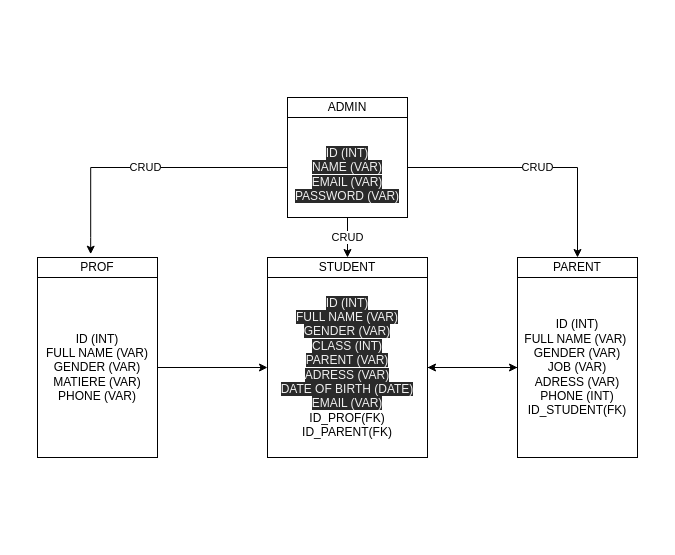
This is app/res/diagram.drawio from Ziadov37/gestion-de-class, a draw.io file, before an edit. Source tidied: cells renumbered, new cells numbered last; positions are measured from the earlier drawing's top-left corner, leaving out a move shared by most shapes. Both pictures are drawn from the tidied source at 100%, with x=0, y=0 at pixel (37, 97).
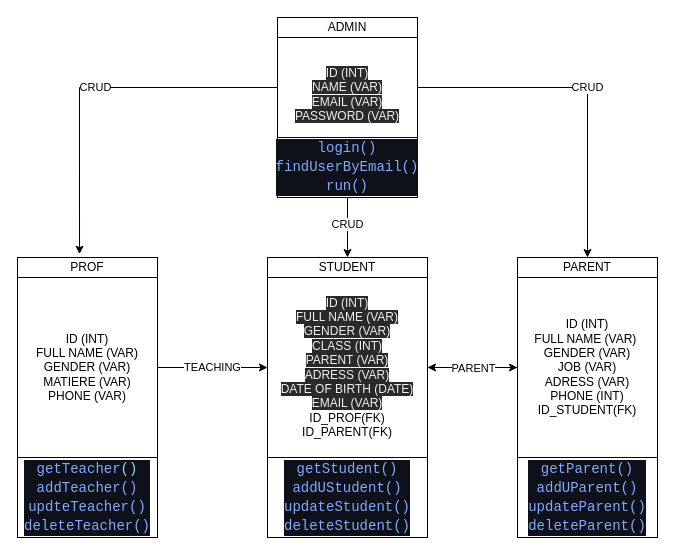
After the change.

Commit message:
Modifing on Diagram file

Unchanged cells that the change refers to:
```xml
<mxCell id="11" value="&lt;span style=&quot;color: rgb(240 , 240 , 240) ; font-family: &amp;#34;helvetica&amp;#34; ; font-size: 12px ; font-style: normal ; font-weight: 400 ; letter-spacing: normal ; text-align: center ; text-indent: 0px ; text-transform: none ; word-spacing: 0px ; background-color: rgb(42 , 42 , 42) ; display: inline ; float: none&quot;&gt;ID (INT)&lt;/span&gt;&lt;br style=&quot;color: rgb(240 , 240 , 240) ; font-family: &amp;#34;helvetica&amp;#34; ; font-size: 12px ; font-style: normal ; font-weight: 400 ; letter-spacing: normal ; text-align: center ; text-indent: 0px ; text-transform: none ; word-spacing: 0px ; background-color: rgb(42 , 42 , 42)&quot;&gt;&lt;span style=&quot;color: rgb(240 , 240 , 240) ; font-family: &amp;#34;helvetica&amp;#34; ; font-size: 12px ; font-style: normal ; font-weight: 400 ; letter-spacing: normal ; text-align: center ; text-indent: 0px ; text-transform: none ; word-spacing: 0px ; background-color: rgb(42 , 42 , 42) ; display: inline ; float: none&quot;&gt;FULL NAME (VAR)&lt;/span&gt;&lt;br style=&quot;color: rgb(240 , 240 , 240) ; font-family: &amp;#34;helvetica&amp;#34; ; font-size: 12px ; font-style: normal ; font-weight: 400 ; letter-spacing: normal ; text-align: center ; text-indent: 0px ; text-transform: none ; word-spacing: 0px ; background-color: rgb(42 , 42 , 42)&quot;&gt;&lt;span style=&quot;color: rgb(240 , 240 , 240) ; font-family: &amp;#34;helvetica&amp;#34; ; font-size: 12px ; font-style: normal ; font-weight: 400 ; letter-spacing: normal ; text-align: center ; text-indent: 0px ; text-transform: none ; word-spacing: 0px ; background-color: rgb(42 , 42 , 42) ; display: inline ; float: none&quot;&gt;GENDER (VAR)&lt;/span&gt;&lt;br style=&quot;color: rgb(240 , 240 , 240) ; font-family: &amp;#34;helvetica&amp;#34; ; font-size: 12px ; font-style: normal ; font-weight: 400 ; letter-spacing: normal ; text-align: center ; text-indent: 0px ; text-transform: none ; word-spacing: 0px ; background-color: rgb(42 , 42 , 42)&quot;&gt;&lt;span style=&quot;color: rgb(240 , 240 , 240) ; font-family: &amp;#34;helvetica&amp;#34; ; font-size: 12px ; font-style: normal ; font-weight: 400 ; letter-spacing: normal ; text-align: center ; text-indent: 0px ; text-transform: none ; word-spacing: 0px ; background-color: rgb(42 , 42 , 42) ; display: inline ; float: none&quot;&gt;CLASS (INT)&lt;/span&gt;&lt;br style=&quot;color: rgb(240 , 240 , 240) ; font-family: &amp;#34;helvetica&amp;#34; ; font-size: 12px ; font-style: normal ; font-weight: 400 ; letter-spacing: normal ; text-align: center ; text-indent: 0px ; text-transform: none ; word-spacing: 0px ; background-color: rgb(42 , 42 , 42)&quot;&gt;&lt;span style=&quot;color: rgb(240 , 240 , 240) ; font-family: &amp;#34;helvetica&amp;#34; ; font-size: 12px ; font-style: normal ; font-weight: 400 ; letter-spacing: normal ; text-align: center ; text-indent: 0px ; text-transform: none ; word-spacing: 0px ; background-color: rgb(42 , 42 , 42) ; display: inline ; float: none&quot;&gt;PARENT (VAR)&lt;/span&gt;&lt;br style=&quot;color: rgb(240 , 240 , 240) ; font-family: &amp;#34;helvetica&amp;#34; ; font-size: 12px ; font-style: normal ; font-weight: 400 ; letter-spacing: normal ; text-align: center ; text-indent: 0px ; text-transform: none ; word-spacing: 0px ; background-color: rgb(42 , 42 , 42)&quot;&gt;&lt;span style=&quot;color: rgb(240 , 240 , 240) ; font-family: &amp;#34;helvetica&amp;#34; ; font-size: 12px ; font-style: normal ; font-weight: 400 ; letter-spacing: normal ; text-align: center ; text-indent: 0px ; text-transform: none ; word-spacing: 0px ; background-color: rgb(42 , 42 , 42) ; display: inline ; float: none&quot;&gt;ADRESS (VAR)&lt;/span&gt;&lt;br style=&quot;color: rgb(240 , 240 , 240) ; font-family: &amp;#34;helvetica&amp;#34; ; font-size: 12px ; font-style: normal ; font-weight: 400 ; letter-spacing: normal ; text-align: center ; text-indent: 0px ; text-transform: none ; word-spacing: 0px ; background-color: rgb(42 , 42 , 42)&quot;&gt;&lt;span style=&quot;color: rgb(240 , 240 , 240) ; font-family: &amp;#34;helvetica&amp;#34; ; font-size: 12px ; font-style: normal ; font-weight: 400 ; letter-spacing: normal ; text-align: center ; text-indent: 0px ; text-transform: none ; word-spacing: 0px ; background-color: rgb(42 , 42 , 42) ; display: inline ; float: none&quot;&gt;DATE OF BIRTH (DATE)&lt;/span&gt;&lt;br style=&quot;color: rgb(240 , 240 , 240) ; font-family: &amp;#34;helvetica&amp;#34; ; font-size: 12px ; font-style: normal ; font-weight: 400 ; letter-spacing: normal ; text-align: center ; text-indent: 0px ; text-transform: none ; word-spacing: 0px ; background-color: rgb(42 , 42 , 42)&quot;&gt;&lt;span style=&quot;color: rgb(240 , 240 , 240) ; font-family: &amp;#34;helvetica&amp;#34; ; font-size: 12px ; font-style: normal ; font-weight: 400 ; letter-spacing: normal ; text-align: center ; text-indent: 0px ; text-transform: none ; word-spacing: 0px ; background-color: rgb(42 , 42 , 42) ; display: inline ; float: none&quot;&gt;EMAIL (VAR)&lt;br&gt;&lt;/span&gt;ID_PROF(FK)&lt;br&gt;ID_PARENT(FK)" style="rounded=0;whiteSpace=wrap;html=1;" parent="1" vertex="1">
  <mxGeometry x="230" y="180" width="160" height="180" as="geometry" />
</mxCell>
<mxCell id="12" value="STUDENT" style="rounded=0;whiteSpace=wrap;html=1;" parent="1" vertex="1">
  <mxGeometry x="230" y="160" width="160" height="20" as="geometry" />
</mxCell>
```

Change to the diagram source:
```diff
@@
     <mxCell id="2" value="ADMIN" style="rounded=0;whiteSpace=wrap;html=1;" parent="1" vertex="1">
-      <mxGeometry x="250" width="120" height="20" as="geometry" />
+      <mxGeometry x="240" y="-80" width="140" height="20" as="geometry" />
     </mxCell>
@@
     <mxCell id="4" value="CRUD" style="edgeStyle=orthogonalEdgeStyle;rounded=0;jettySize=auto;html=1;entryX=0.5;entryY=0;entryDx=0;entryDy=0;" parent="1" edge="1" source="6" target="12">
-      <mxGeometry relative="1" as="geometry" />
+      <mxGeometry x="0.45" relative="1" as="geometry" />
     </mxCell>
@@
     <mxCell id="6" value="&lt;br&gt;&lt;span style=&quot;color: rgb(240 , 240 , 240) ; font-family: &amp;#34;helvetica&amp;#34; ; font-size: 12px ; font-style: normal ; font-weight: 400 ; letter-spacing: normal ; text-align: center ; text-indent: 0px ; text-transform: none ; word-spacing: 0px ; background-color: rgb(42 , 42 , 42) ; display: inline ; float: none&quot;&gt;ID (INT)&lt;/span&gt;&lt;br style=&quot;color: rgb(240 , 240 , 240) ; font-family: &amp;#34;helvetica&amp;#34; ; font-size: 12px ; font-style: normal ; font-weight: 400 ; letter-spacing: normal ; text-align: center ; text-indent: 0px ; text-transform: none ; word-spacing: 0px ; background-color: rgb(42 , 42 , 42)&quot;&gt;&lt;span style=&quot;color: rgb(240 , 240 , 240) ; font-family: &amp;#34;helvetica&amp;#34; ; font-size: 12px ; font-style: normal ; font-weight: 400 ; letter-spacing: normal ; text-align: center ; text-indent: 0px ; text-transform: none ; word-spacing: 0px ; background-color: rgb(42 , 42 , 42) ; display: inline ; float: none&quot;&gt;NAME (VAR)&lt;/span&gt;&lt;br style=&quot;color: rgb(240 , 240 , 240) ; font-family: &amp;#34;helvetica&amp;#34; ; font-size: 12px ; font-style: normal ; font-weight: 400 ; letter-spacing: normal ; text-align: center ; text-indent: 0px ; text-transform: none ; word-spacing: 0px ; background-color: rgb(42 , 42 , 42)&quot;&gt;&lt;span style=&quot;color: rgb(240 , 240 , 240) ; font-family: &amp;#34;helvetica&amp;#34; ; font-size: 12px ; font-style: normal ; font-weight: 400 ; letter-spacing: normal ; text-align: center ; text-indent: 0px ; text-transform: none ; word-spacing: 0px ; background-color: rgb(42 , 42 , 42) ; display: inline ; float: none&quot;&gt;EMAIL (VAR)&lt;/span&gt;&lt;br style=&quot;color: rgb(240 , 240 , 240) ; font-family: &amp;#34;helvetica&amp;#34; ; font-size: 12px ; font-style: normal ; font-weight: 400 ; letter-spacing: normal ; text-align: center ; text-indent: 0px ; text-transform: none ; word-spacing: 0px ; background-color: rgb(42 , 42 , 42)&quot;&gt;&lt;span style=&quot;color: rgb(240 , 240 , 240) ; font-family: &amp;#34;helvetica&amp;#34; ; font-size: 12px ; font-style: normal ; font-weight: 400 ; letter-spacing: normal ; text-align: center ; text-indent: 0px ; text-transform: none ; word-spacing: 0px ; background-color: rgb(42 , 42 , 42) ; display: inline ; float: none&quot;&gt;PASSWORD (VAR)&lt;/span&gt;&lt;br&gt;" style="rounded=0;whiteSpace=wrap;html=1;" parent="1" vertex="1">
-      <mxGeometry x="250" y="20" width="120" height="100" as="geometry" />
+      <mxGeometry x="240" y="-60" width="140" height="100" as="geometry" />
     </mxCell>
-    <mxCell id="7" style="edgeStyle=orthogonalEdgeStyle;rounded=0;jettySize=auto;html=1;entryX=0;entryY=0.5;entryDx=0;entryDy=0;" parent="1" edge="1" source="8" target="11">
+    <mxCell id="7" value="TEACHING" style="edgeStyle=orthogonalEdgeStyle;rounded=0;jettySize=auto;html=1;entryX=0;entryY=0.5;entryDx=0;entryDy=0;" parent="1" edge="1" source="8" target="11">
       <mxGeometry relative="1" as="geometry" />
     </mxCell>
     <mxCell id="8" value="ID (INT)&lt;br&gt;FULL NAME (VAR)&lt;br&gt;GENDER (VAR)&lt;br&gt;MATIERE (VAR)&lt;br&gt;PHONE (VAR)" style="rounded=0;whiteSpace=wrap;html=1;" parent="1" vertex="1">
-      <mxGeometry y="180" width="120" height="180" as="geometry" />
+      <mxGeometry x="-20" y="180" width="140" height="180" as="geometry" />
     </mxCell>
     <mxCell id="9" value="PROF" style="rounded=0;whiteSpace=wrap;html=1;" parent="1" vertex="1">
-      <mxGeometry y="160" width="120" height="20" as="geometry" />
+      <mxGeometry x="-20" y="160" width="140" height="20" as="geometry" />
     </mxCell>
@@
-    <mxCell id="13" style="edgeStyle=orthogonalEdgeStyle;rounded=0;jettySize=auto;html=1;" parent="1" edge="1" source="14">
+    <mxCell id="13" value="PARENT" style="edgeStyle=orthogonalEdgeStyle;rounded=0;jettySize=auto;html=1;" parent="1" edge="1" source="14">
       <mxGeometry relative="1" as="geometry">
         <mxPoint x="390" y="270" as="targetPoint" />
       </mxGeometry>
     </mxCell>
     <mxCell id="14" value="ID (INT)&lt;br&gt;FULL NAME (VAR)&amp;nbsp;&lt;br&gt;GENDER (VAR)&lt;br&gt;JOB (VAR)&lt;br&gt;ADRESS (VAR)&lt;br&gt;PHONE (INT)&lt;br&gt;ID_STUDENT(FK)" style="rounded=0;whiteSpace=wrap;html=1;" parent="1" vertex="1">
-      <mxGeometry x="480" y="180" width="120" height="180" as="geometry" />
+      <mxGeometry x="480" y="180" width="140" height="180" as="geometry" />
     </mxCell>
     <mxCell id="15" value="PARENT" style="rounded=0;whiteSpace=wrap;html=1;" parent="1" vertex="1">
-      <mxGeometry x="480" y="160" width="120" height="20" as="geometry" />
+      <mxGeometry x="480" y="160" width="140" height="20" as="geometry" />
     </mxCell>
+    <mxCell id="16" value="&lt;div style=&quot;color: rgb(143 , 147 , 162) ; background-color: rgb(15 , 17 , 26) ; font-family: &amp;#34;consolas&amp;#34; , &amp;#34;courier new&amp;#34; , monospace ; font-size: 14px ; line-height: 19px&quot;&gt;&lt;span style=&quot;color: #82aaff&quot;&gt;getTeacher&lt;/span&gt;&lt;span style=&quot;color: #89ddff&quot;&gt;()&lt;/span&gt;&lt;/div&gt;&lt;div style=&quot;color: rgb(143 , 147 , 162) ; background-color: rgb(15 , 17 , 26) ; font-family: &amp;#34;consolas&amp;#34; , &amp;#34;courier new&amp;#34; , monospace ; font-size: 14px ; line-height: 19px&quot;&gt;&lt;div style=&quot;line-height: 19px&quot;&gt;&lt;span style=&quot;color: #82aaff&quot;&gt;addTeacher()&lt;/span&gt;&lt;/div&gt;&lt;div style=&quot;line-height: 19px&quot;&gt;&lt;span style=&quot;color: #82aaff&quot;&gt;updteTeacher()&lt;/span&gt;&lt;/div&gt;&lt;div style=&quot;line-height: 19px&quot;&gt;&lt;span style=&quot;color: #82aaff&quot;&gt;deleteTeacher()&lt;/span&gt;&lt;/div&gt;&lt;/div&gt;" style="rounded=0;whiteSpace=wrap;html=1;" parent="1" vertex="1">
+      <mxGeometry x="-20" y="360" width="140" height="80" as="geometry" />
+    </mxCell>
+    <mxCell id="17" value="&lt;div style=&quot;color: rgb(143 , 147 , 162) ; background-color: rgb(15 , 17 , 26) ; font-family: &amp;#34;consolas&amp;#34; , &amp;#34;courier new&amp;#34; , monospace ; font-size: 14px ; line-height: 19px&quot;&gt;&lt;span style=&quot;color: rgb(130 , 170 , 255)&quot;&gt;getStudent&lt;/span&gt;&lt;span style=&quot;color: #82aaff&quot;&gt;()&lt;/span&gt;&lt;/div&gt;&lt;div style=&quot;color: rgb(143 , 147 , 162) ; background-color: rgb(15 , 17 , 26) ; font-family: &amp;#34;consolas&amp;#34; , &amp;#34;courier new&amp;#34; , monospace ; font-size: 14px ; line-height: 19px&quot;&gt;&lt;div style=&quot;line-height: 19px&quot;&gt;&lt;span style=&quot;color: rgb(130 , 170 , 255)&quot;&gt;addUStudent&lt;/span&gt;&lt;span style=&quot;color: #82aaff&quot;&gt;()&lt;/span&gt;&lt;/div&gt;&lt;div style=&quot;line-height: 19px&quot;&gt;&lt;span style=&quot;color: #82aaff&quot;&gt;updateStudent()&lt;/span&gt;&lt;/div&gt;&lt;div style=&quot;line-height: 19px&quot;&gt;&lt;span style=&quot;color: #82aaff&quot;&gt;deleteStudent()&lt;/span&gt;&lt;/div&gt;&lt;/div&gt;" style="rounded=0;whiteSpace=wrap;html=1;" parent="1" vertex="1">
+      <mxGeometry x="230" y="360" width="160" height="80" as="geometry" />
+    </mxCell>
+    <mxCell id="18" value="&lt;div style=&quot;color: rgb(143 , 147 , 162) ; background-color: rgb(15 , 17 , 26) ; font-family: &amp;#34;consolas&amp;#34; , &amp;#34;courier new&amp;#34; , monospace ; font-size: 14px ; line-height: 19px&quot;&gt;&lt;span style=&quot;color: rgb(130 , 170 , 255)&quot;&gt;getParent&lt;/span&gt;&lt;span style=&quot;color: rgb(130 , 170 , 255)&quot;&gt;()&lt;/span&gt;&lt;/div&gt;&lt;div style=&quot;color: rgb(143 , 147 , 162) ; background-color: rgb(15 , 17 , 26) ; font-family: &amp;#34;consolas&amp;#34; , &amp;#34;courier new&amp;#34; , monospace ; font-size: 14px ; line-height: 19px&quot;&gt;&lt;div style=&quot;line-height: 19px&quot;&gt;&lt;span style=&quot;color: rgb(130 , 170 , 255)&quot;&gt;addUParent&lt;/span&gt;&lt;span style=&quot;color: rgb(130 , 170 , 255)&quot;&gt;()&lt;/span&gt;&lt;/div&gt;&lt;div style=&quot;line-height: 19px&quot;&gt;&lt;span style=&quot;color: rgb(130 , 170 , 255)&quot;&gt;updateParent()&lt;/span&gt;&lt;/div&gt;&lt;div style=&quot;line-height: 19px&quot;&gt;&lt;span style=&quot;color: rgb(130 , 170 , 255)&quot;&gt;deleteParent()&lt;/span&gt;&lt;/div&gt;&lt;/div&gt;" style="rounded=0;whiteSpace=wrap;html=1;" parent="1" vertex="1">
+      <mxGeometry x="480" y="360" width="140" height="80" as="geometry" />
+    </mxCell>
+    <mxCell id="19" value="&lt;div style=&quot;color: rgb(143 , 147 , 162) ; background-color: rgb(15 , 17 , 26) ; font-family: &amp;#34;consolas&amp;#34; , &amp;#34;courier new&amp;#34; , monospace ; font-size: 14px ; line-height: 19px&quot;&gt;&lt;span style=&quot;color: rgb(130 , 170 , 255) ; font-family: &amp;#34;consolas&amp;#34; , &amp;#34;courier new&amp;#34; , monospace&quot;&gt;login&lt;/span&gt;&lt;span style=&quot;color: rgb(130 , 170 , 255)&quot;&gt;()&lt;/span&gt;&lt;/div&gt;&lt;div style=&quot;color: rgb(143 , 147 , 162) ; background-color: rgb(15 , 17 , 26) ; font-family: &amp;#34;consolas&amp;#34; , &amp;#34;courier new&amp;#34; , monospace ; font-size: 14px ; line-height: 19px&quot;&gt;&lt;div style=&quot;line-height: 19px&quot;&gt;&lt;span style=&quot;color: rgb(130 , 170 , 255) ; font-family: &amp;#34;consolas&amp;#34; , &amp;#34;courier new&amp;#34; , monospace&quot;&gt;findUserByEmail&lt;/span&gt;&lt;span style=&quot;color: rgb(130 , 170 , 255)&quot;&gt;()&lt;/span&gt;&lt;/div&gt;&lt;div style=&quot;line-height: 19px&quot;&gt;&lt;span style=&quot;color: rgb(130 , 170 , 255)&quot;&gt;run()&lt;/span&gt;&lt;/div&gt;&lt;/div&gt;" style="rounded=0;whiteSpace=wrap;html=1;" parent="1" vertex="1">
+      <mxGeometry x="240" y="40" width="140" height="60" as="geometry" />
+    </mxCell>
```
